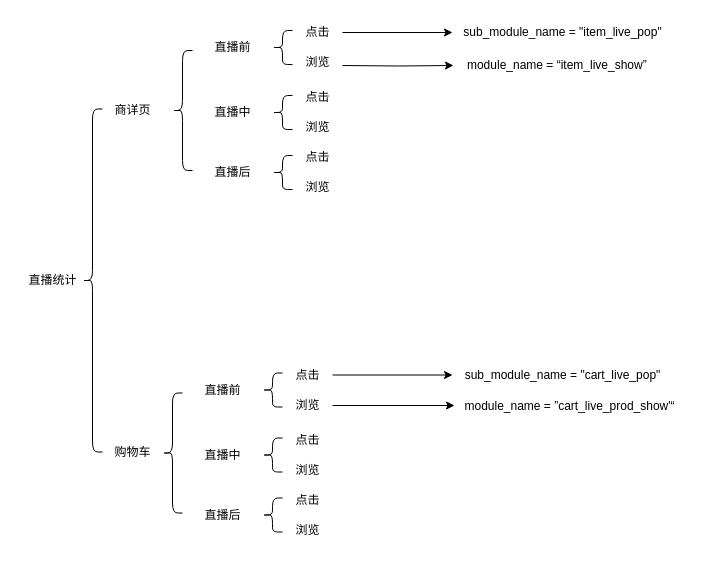
This is live.drawio from langfu54/BigData-Drawings, a draw.io file, before an edit. Source tidied: cells renumbered, new cells numbered last; positions are measured from the earlier drawing's top-left corner, leaving out a move shared by most shapes. Both pictures are drawn from the tidied source at 100%, with x=0, y=0 at pixel (17, 17).
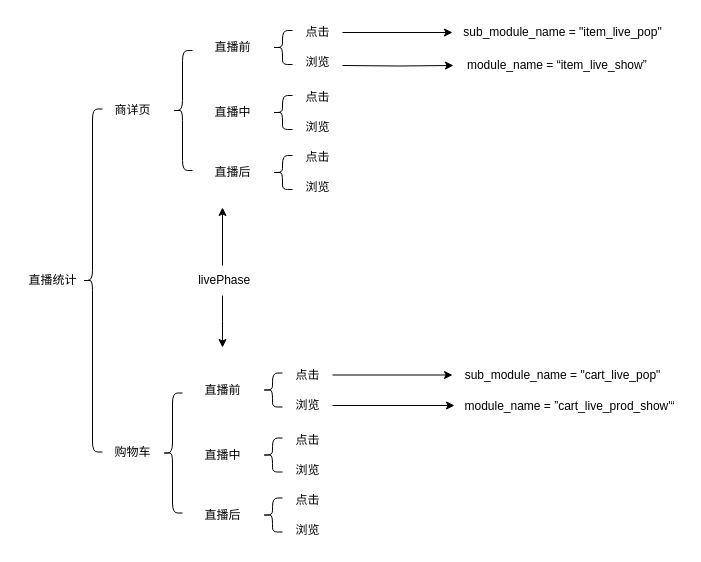
Above is the later version.

Diff of the diagram source:
```diff
@@
+    <mxCell id="40" style="edgeStyle=orthogonalEdgeStyle;rounded=0;jettySize=auto;html=1;" parent="1" edge="1" source="42">
+      <mxGeometry relative="1" as="geometry">
+        <mxPoint x="205" y="190" as="targetPoint" />
+      </mxGeometry>
+    </mxCell>
+    <mxCell id="41" style="edgeStyle=orthogonalEdgeStyle;rounded=0;jettySize=auto;html=1;" parent="1" edge="1" source="42">
+      <mxGeometry relative="1" as="geometry">
+        <mxPoint x="205" y="330" as="targetPoint" />
+      </mxGeometry>
+    </mxCell>
+    <mxCell id="42" value="&amp;nbsp;livePhase" style="text;html=1;align=center;verticalAlign=middle;points=[];strokeColor=none;fillColor=none;" parent="1" vertex="1">
+      <mxGeometry x="165" y="248" width="80" height="30" as="geometry" />
+    </mxCell>
```
